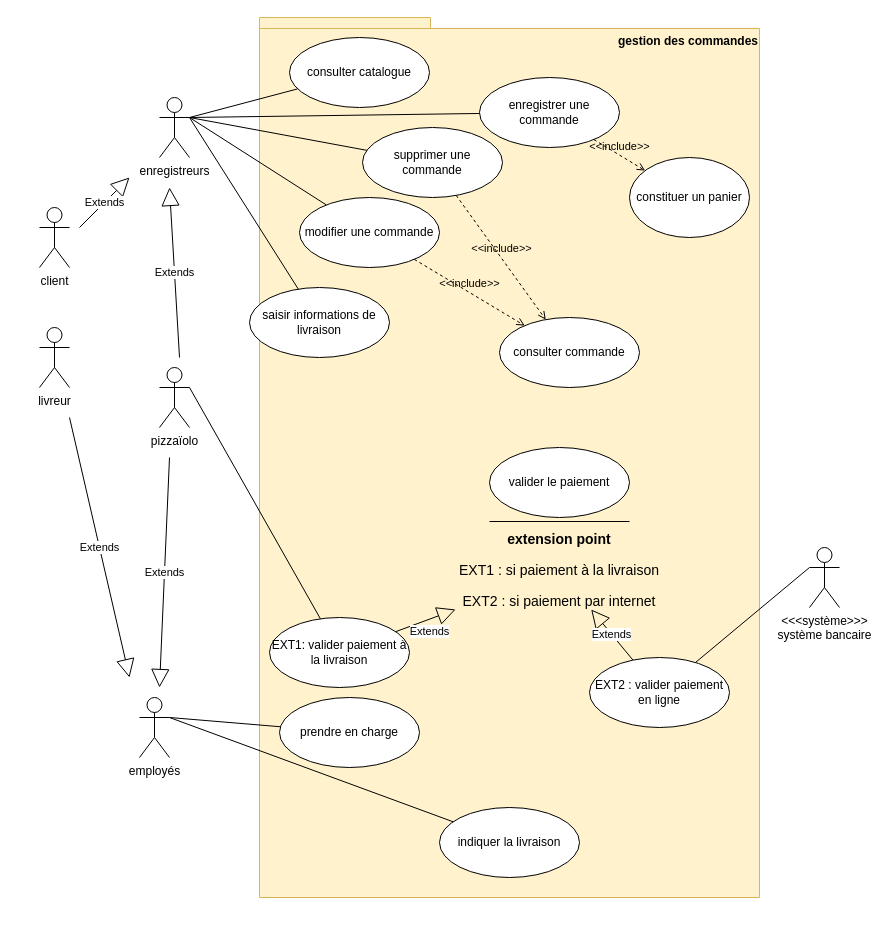
Above: page "package-Commande" (3 of 6) of diagrammes.drawio in remace/OC-P4-UML_Pizzeria (draw.io), before the change. Source tidied: cells renumbered, new cells numbered last; positions are measured from the earlier drawing's top-left corner, leaving out a move shared by most shapes. Both pictures are drawn from the tidied source at 100%, with x=0, y=0 at pixel (39, 17).
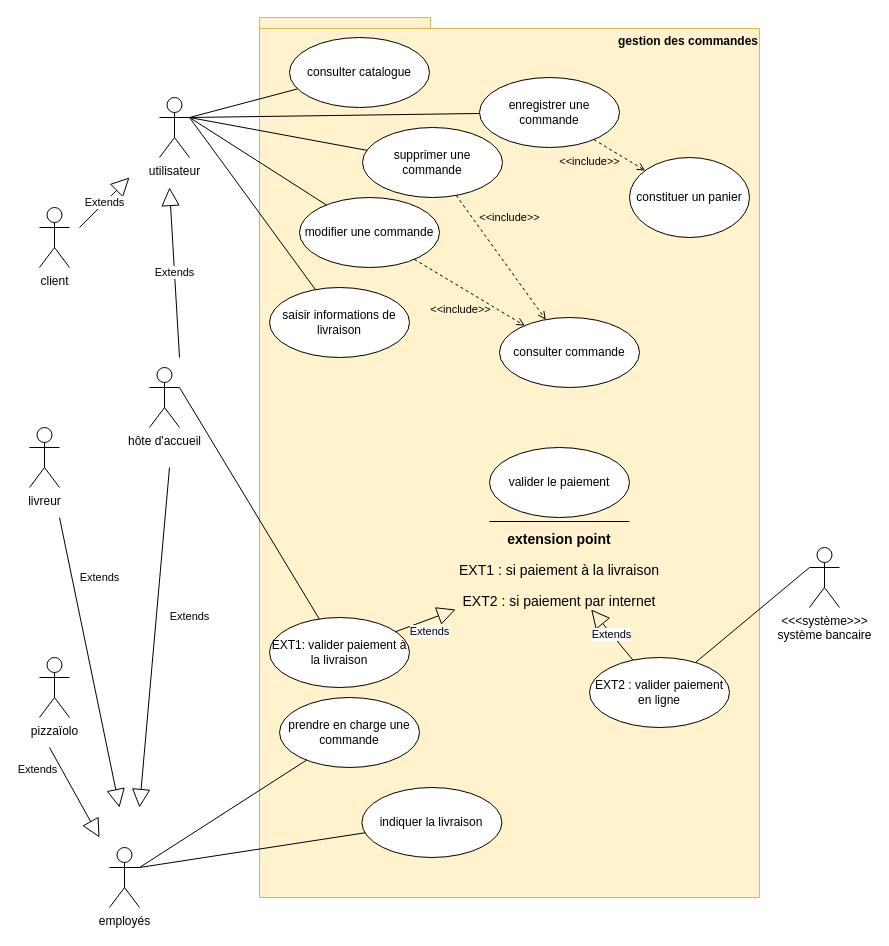
The same diagram, later.

Unchanged cells that the change refers to:
```xml
<mxCell id="7" value="&lt;div&gt;&lt;span&gt;enregistrer une commande&lt;/span&gt;&lt;/div&gt;" style="ellipse;whiteSpace=wrap;html=1;align=center;" parent="1" vertex="1">
  <mxGeometry x="440" y="60" width="140" height="70" as="geometry" />
</mxCell>
<mxCell id="10" value="supprimer une commande" style="ellipse;whiteSpace=wrap;html=1;align=center;" parent="1" vertex="1">
  <mxGeometry x="323" y="110" width="140" height="70" as="geometry" />
</mxCell>
<mxCell id="25" value="constituer un panier" style="ellipse;whiteSpace=wrap;html=1;" parent="1" vertex="1">
  <mxGeometry x="590" y="140" width="120" height="80" as="geometry" />
</mxCell>
<mxCell id="27" value="&lt;div&gt;&lt;span&gt;modifier une commande&lt;/span&gt;&lt;/div&gt;" style="ellipse;whiteSpace=wrap;html=1;align=center;" parent="1" vertex="1">
  <mxGeometry x="260" y="180" width="140" height="70" as="geometry" />
</mxCell>
<mxCell id="29" value="&lt;div&gt;&lt;span&gt;consulter commande&lt;/span&gt;&lt;br&gt;&lt;/div&gt;" style="ellipse;whiteSpace=wrap;html=1;align=center;" parent="1" vertex="1">
  <mxGeometry x="460" y="300" width="140" height="70" as="geometry" />
</mxCell>
```

Diff of the diagram source:
```diff
@@
-    <mxCell id="5" value="pizzaïolo&lt;br&gt;" style="shape=umlActor;verticalLabelPosition=bottom;labelBackgroundColor=#ffffff;verticalAlign=top;html=1;" parent="1" vertex="1">
-      <mxGeometry x="120" y="350" width="30" height="60" as="geometry" />
+    <mxCell id="5" value="hôte d'accueil" style="shape=umlActor;verticalLabelPosition=bottom;labelBackgroundColor=#ffffff;verticalAlign=top;html=1;" parent="1" vertex="1">
+      <mxGeometry x="110" y="350" width="30" height="60" as="geometry" />
     </mxCell>
     <mxCell id="6" value="livreur&lt;br&gt;" style="shape=umlActor;verticalLabelPosition=bottom;labelBackgroundColor=#ffffff;verticalAlign=top;html=1;" parent="1" vertex="1">
-      <mxGeometry y="310" width="30" height="60" as="geometry" />
+      <mxGeometry x="-10" y="410" width="30" height="60" as="geometry" />
     </mxCell>
@@
     <mxCell id="8" value="&lt;div&gt;indiquer la livraison&lt;/div&gt;" style="ellipse;whiteSpace=wrap;html=1;align=center;" parent="1" vertex="1">
-      <mxGeometry x="400" y="790" width="140" height="70" as="geometry" />
+      <mxGeometry x="322.4" y="770" width="140" height="70" as="geometry" />
     </mxCell>
-    <mxCell id="9" value="&lt;div&gt;&lt;span&gt;prendre en charge&lt;/span&gt;&lt;/div&gt;" style="ellipse;whiteSpace=wrap;html=1;align=center;" parent="1" vertex="1">
+    <mxCell id="9" value="&lt;div&gt;&lt;span&gt;prendre en charge une commande&lt;/span&gt;&lt;/div&gt;" style="ellipse;whiteSpace=wrap;html=1;align=center;" parent="1" vertex="1">
       <mxGeometry x="240" y="680" width="140" height="70" as="geometry" />
     </mxCell>
@@
-    <mxCell id="13" value="enregistreurs" style="shape=umlActor;verticalLabelPosition=bottom;labelBackgroundColor=#ffffff;verticalAlign=top;html=1;" parent="1" vertex="1">
+    <mxCell id="13" value="utilisateur" style="shape=umlActor;verticalLabelPosition=bottom;labelBackgroundColor=#ffffff;verticalAlign=top;html=1;" parent="1" vertex="1">
       <mxGeometry x="120" y="80" width="30" height="60" as="geometry" />
     </mxCell>
     <mxCell id="14" value="employés" style="shape=umlActor;verticalLabelPosition=bottom;labelBackgroundColor=#ffffff;verticalAlign=top;html=1;" parent="1" vertex="1">
-      <mxGeometry x="100" y="680" width="30" height="60" as="geometry" />
+      <mxGeometry x="70" y="830" width="30" height="60" as="geometry" />
     </mxCell>
@@
     <mxCell id="17" value="Extends" style="endArrow=block;endSize=16;endFill=0;html=1;" parent="1" edge="1">
-      <mxGeometry relative="1" as="geometry">
-        <mxPoint x="30" y="400" as="sourcePoint" />
-        <mxPoint x="90" y="660" as="targetPoint" />
+      <mxGeometry x="-0.55" y="27" relative="1" as="geometry">
+        <mxPoint x="20" y="500" as="sourcePoint" />
+        <mxPoint x="80" y="790" as="targetPoint" />
       </mxGeometry>
     </mxCell>
@@
     <mxCell id="26" value="&amp;lt;&amp;lt;include&amp;gt;&amp;gt;" style="edgeStyle=none;html=1;endArrow=open;verticalAlign=bottom;dashed=1;labelBackgroundColor=none;" parent="1" edge="1" source="7" target="25">
-      <mxGeometry relative="1" as="geometry" />
+      <mxGeometry x="-0.59" y="-29" relative="1" as="geometry" />
     </mxCell>
@@
     <mxCell id="28" value="Extends" style="endArrow=block;endSize=16;endFill=0;html=1;" parent="1" edge="1">
-      <mxGeometry relative="1" as="geometry">
-        <mxPoint x="130" y="440" as="sourcePoint" />
-        <mxPoint x="120" y="670" as="targetPoint" />
+      <mxGeometry x="-0.13" y="33" relative="1" as="geometry">
+        <mxPoint x="130" y="450" as="sourcePoint" />
+        <mxPoint x="100" y="790" as="targetPoint" />
+        <mxPoint y="-1" as="offset" />
       </mxGeometry>
     </mxCell>
@@
     <mxCell id="34" value="&lt;div&gt;&lt;span&gt;saisir informations de livraison&lt;/span&gt;&lt;br&gt;&lt;/div&gt;" style="ellipse;whiteSpace=wrap;html=1;align=center;" parent="1" vertex="1">
-      <mxGeometry x="210" y="270" width="140" height="70" as="geometry" />
+      <mxGeometry x="230" y="270" width="140" height="70" as="geometry" />
     </mxCell>
@@
     <mxCell id="36" value="&amp;lt;&amp;lt;include&amp;gt;&amp;gt;" style="edgeStyle=none;html=1;endArrow=open;verticalAlign=bottom;dashed=1;labelBackgroundColor=none;" parent="1" edge="1" source="27" target="29">
-      <mxGeometry relative="1" as="geometry" />
+      <mxGeometry x="0.07" y="-27" relative="1" as="geometry">
+        <mxPoint x="1" as="offset" />
+      </mxGeometry>
     </mxCell>
     <mxCell id="37" value="&amp;lt;&amp;lt;include&amp;gt;&amp;gt;" style="edgeStyle=none;html=1;endArrow=open;verticalAlign=bottom;dashed=1;labelBackgroundColor=none;" parent="1" edge="1" source="10" target="29">
-      <mxGeometry relative="1" as="geometry" />
+      <mxGeometry x="-0.25" y="24" relative="1" as="geometry">
+        <mxPoint y="-1" as="offset" />
+      </mxGeometry>
     </mxCell>
@@
+    <mxCell id="42" value="pizzaïolo" style="shape=umlActor;verticalLabelPosition=bottom;labelBackgroundColor=#ffffff;verticalAlign=top;html=1;" parent="1" vertex="1">
+      <mxGeometry y="640" width="30" height="60" as="geometry" />
+    </mxCell>
+    <mxCell id="43" value="Extends" style="endArrow=block;endSize=16;endFill=0;html=1;" parent="1" edge="1">
+      <mxGeometry x="-0.75" y="-21" relative="1" as="geometry">
+        <mxPoint x="10" y="730" as="sourcePoint" />
+        <mxPoint x="60" y="820" as="targetPoint" />
+      </mxGeometry>
+    </mxCell>
```
